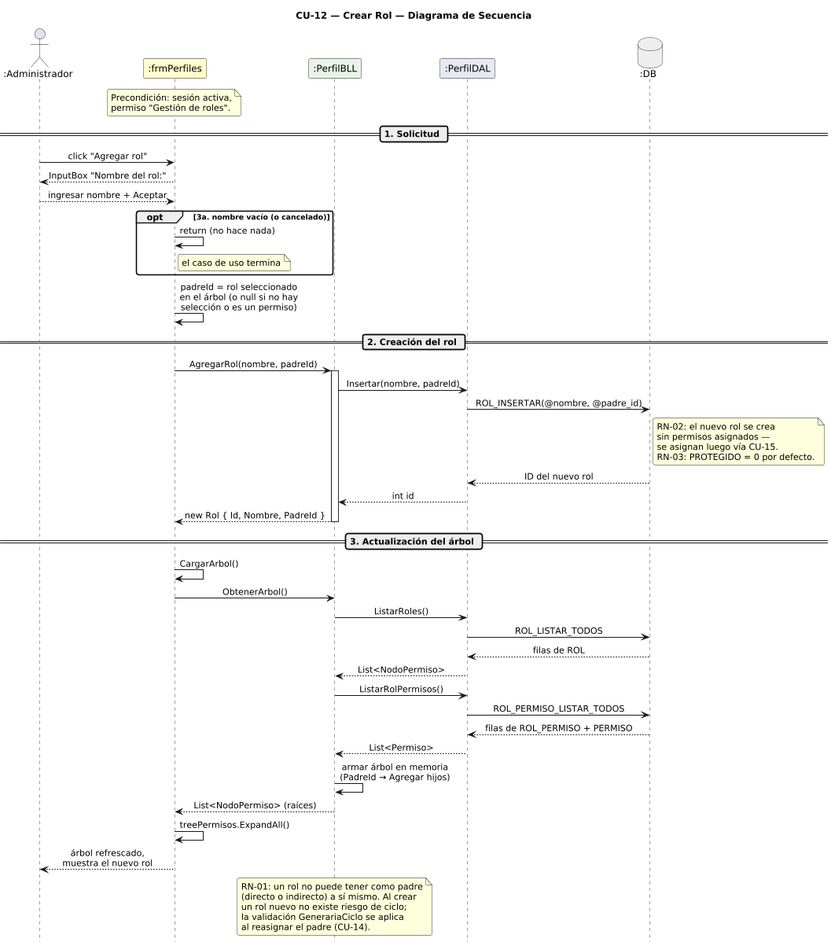
The PlantUML diagram DIAGRAMAS/DiagramaSecuencia_CU12_CrearRol.png in Jesifu/club-de-vinos-td, before a commit. Its source is kept beside it as DIAGRAMAS/DiagramaSecuencia_CU12_CrearRol.puml.
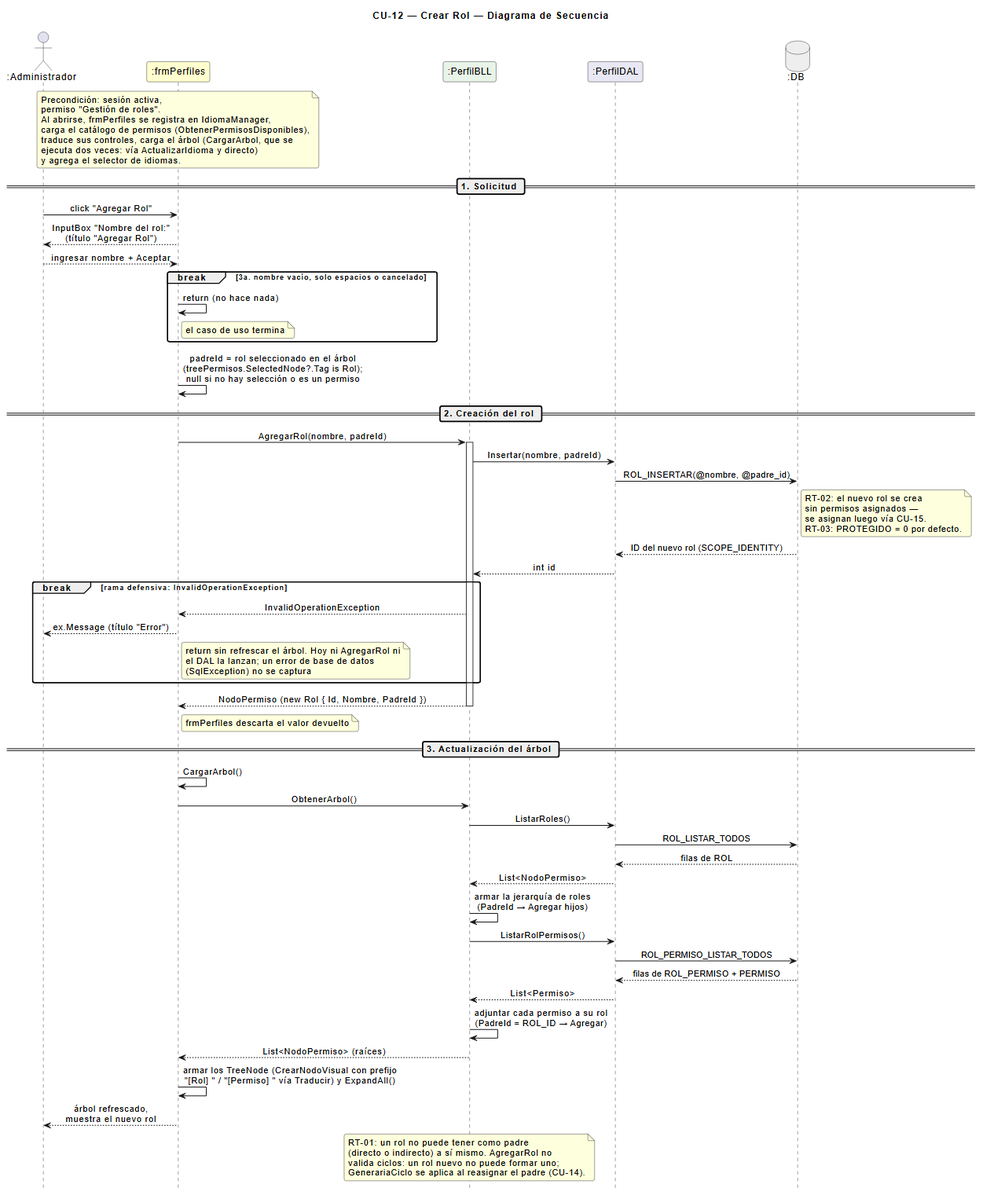
Later version of the same file.

Change to the diagram source:
```diff
@@ -18,20 +18,25 @@
 note over FP
   Precondición: sesión activa,
   permiso "Gestión de roles".
+  Al abrirse, frmPerfiles se registra en IdiomaManager,
+  carga el catálogo de permisos (ObtenerPermisosDisponibles),
+  traduce sus controles, carga el árbol (CargarArbol, que se
+  ejecuta dos veces: vía ActualizarIdioma y directo)
+  y agrega el selector de idiomas.
 end note
 
 == 1. Solicitud ==
 
-A -> FP : click "Agregar rol"
-FP --> A : InputBox "Nombre del rol:"
+A -> FP : click "Agregar Rol"
+FP --> A : InputBox "Nombre del rol:"\n(título "Agregar Rol")
 A --> FP : ingresar nombre + Aceptar
 
-opt 3a. nombre vacío (o cancelado)
+break 3a. nombre vacío, solo espacios o cancelado
   FP -> FP : return (no hace nada)
   note right of FP : el caso de uso termina
 end
 
-FP -> FP : padreId = rol seleccionado\nen el árbol (o null si no hay\nselección o es un permiso)
+FP -> FP : padreId = rol seleccionado en el árbol\n(treePermisos.SelectedNode?.Tag is Rol);\nnull si no hay selección o es un permiso
 
 == 2. Creación del rol ==
 
@@ -41,15 +46,23 @@
 PB -> PD : Insertar(nombre, padreId)
 PD -> DB : ROL_INSERTAR(@nombre, @padre_id)
 note right of DB
-  RN-02: el nuevo rol se crea
+  RT-02: el nuevo rol se crea
   sin permisos asignados —
   se asignan luego vía CU-15.
-  RN-03: PROTEGIDO = 0 por defecto.
+  RT-03: PROTEGIDO = 0 por defecto.
 end note
-DB --> PD : ID del nuevo rol
+DB --> PD : ID del nuevo rol (SCOPE_IDENTITY)
 PD --> PB : int id
-PB --> FP : new Rol { Id, Nombre, PadreId }
+
+break rama defensiva: InvalidOperationException
+  PB --> FP : InvalidOperationException
+  FP --> A : ex.Message (título "Error")
+  note right of FP : return sin refrescar el árbol. Hoy ni AgregarRol ni\nel DAL la lanzan; un error de base de datos\n(SqlException) no se captura
+end
+
+PB --> FP : NodoPermiso (new Rol { Id, Nombre, PadreId })
 deactivate PB
+note right of FP : frmPerfiles descarta el valor devuelto
 
 == 3. Actualización del árbol ==
 
@@ -59,21 +72,21 @@
 PD -> DB : ROL_LISTAR_TODOS
 DB --> PD : filas de ROL
 PD --> PB : List<NodoPermiso>
+PB -> PB : armar la jerarquía de roles\n(PadreId → Agregar hijos)
 PB -> PD : ListarRolPermisos()
 PD -> DB : ROL_PERMISO_LISTAR_TODOS
 DB --> PD : filas de ROL_PERMISO + PERMISO
 PD --> PB : List<Permiso>
-PB -> PB : armar árbol en memoria\n(PadreId → Agregar hijos)
+PB -> PB : adjuntar cada permiso a su rol\n(PadreId = ROL_ID → Agregar)
 PB --> FP : List<NodoPermiso> (raíces)
-FP -> FP : treePermisos.ExpandAll()
+FP -> FP : armar los TreeNode (CrearNodoVisual con prefijo\n"[Rol] " / "[Permiso] " vía Traducir) y ExpandAll()
 FP --> A : árbol refrescado,\nmuestra el nuevo rol
 
 note over PB
-  RN-01: un rol no puede tener como padre
-  (directo o indirecto) a sí mismo. Al crear
-  un rol nuevo no existe riesgo de ciclo;
-  la validación GenerariaCiclo se aplica
-  al reasignar el padre (CU-14).
+  RT-01: un rol no puede tener como padre
+  (directo o indirecto) a sí mismo. AgregarRol no
+  valida ciclos: un rol nuevo no puede formar uno;
+  GenerariaCiclo se aplica al reasignar el padre (CU-14).
 end note
 
 @enduml
```
